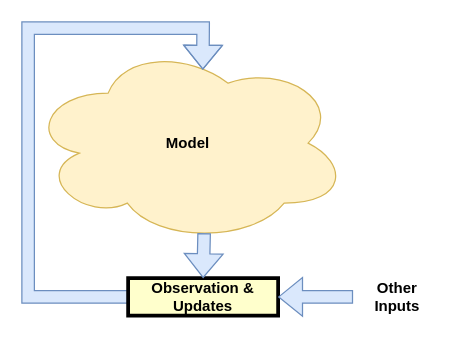
The draw.io diagram page "model" (2 of 6) of files/A-theory-of-consciousness-v2.drawio in malcolmlett/malcolmlett.github.io, before the edit. Source tidied: cells renumbered, new cells numbered last; positions are measured from the earlier drawing's top-left corner, leaving out a move shared by most shapes. Both pictures are drawn from the tidied source at 125%, with x=0, y=0 at pixel (28, 28).
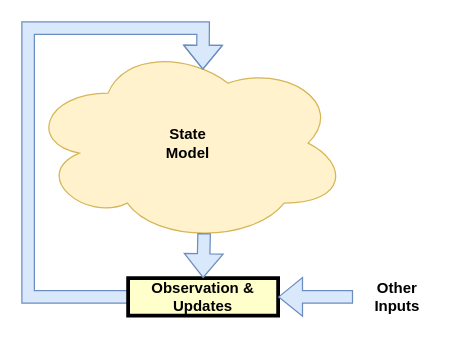
Above is the later version.

Change to the diagram source:
```diff
@@
 <mxGraphModel>
   <root>
     <mxCell id="0" />
     <mxCell id="1" parent="0" />
-    <mxCell id="2" value="Model" style="ellipse;shape=cloud;whiteSpace=wrap;html=1;align=center;fillColor=#fff2cc;strokeColor=#d6b656;fontStyle=1;" parent="1" vertex="1">
+    <mxCell id="2" value="State&lt;br&gt;Model" style="ellipse;shape=cloud;whiteSpace=wrap;html=1;align=center;fillColor=#fff2cc;strokeColor=#d6b656;fontStyle=1;" parent="1" vertex="1">
       <mxGeometry y="12" width="256" height="160" as="geometry" />
     </mxCell>
     <mxCell id="3" style="rounded=0;jettySize=auto;html=1;shape=flexArrow;fillColor=#dae8fc;strokeColor=#6c8ebf;exitX=0;exitY=0.5;exitDx=0;exitDy=0;entryX=0.546;entryY=0.133;entryDx=0;entryDy=0;entryPerimeter=0;" parent="1" edge="1" source="4" target="2">
       <mxGeometry relative="1" as="geometry">
         <Array as="points">
           <mxPoint y="215" />
           <mxPoint />
           <mxPoint x="140" />
         </Array>
       </mxGeometry>
     </mxCell>
     <mxCell id="4" value="Observation &amp; Updates" style="whiteSpace=wrap;align=center;verticalAlign=middle;fontStyle=1;strokeWidth=3;fillColor=#FFFFCC;" parent="1" vertex="1">
       <mxGeometry x="80" y="200" width="120" height="30" as="geometry" />
     </mxCell>
     <mxCell id="5" style="rounded=0;jettySize=auto;html=1;shape=flexArrow;fillColor=#dae8fc;strokeColor=#6c8ebf;entryX=1;entryY=0.5;entryDx=0;entryDy=0;" parent="1" edge="1" target="4">
       <mxGeometry relative="1" as="geometry">
         <mxPoint x="260" y="215" as="sourcePoint" />
       </mxGeometry>
     </mxCell>
     <mxCell id="6" value="Other&lt;br&gt;Inputs" style="text;html=1;align=center;verticalAlign=middle;fontStyle=1;" parent="1" vertex="1">
       <mxGeometry x="270" y="200" width="50" height="30" as="geometry" />
     </mxCell>
     <mxCell id="7" style="rounded=0;jettySize=auto;html=1;shape=flexArrow;fillColor=#dae8fc;strokeColor=#6c8ebf;entryX=0.5;entryY=0;entryDx=0;entryDy=0;exitX=0.55;exitY=0.95;exitDx=0;exitDy=0;exitPerimeter=0;" parent="1" edge="1" source="2" target="4">
       <mxGeometry relative="1" as="geometry" />
     </mxCell>
   </root>
 </mxGraphModel>
```
